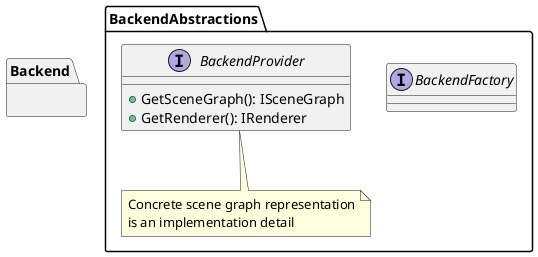
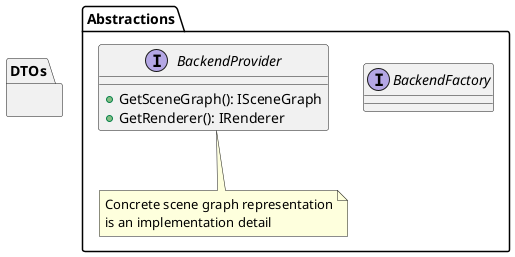
@startuml "Strahls Klassensdiagramm"
- package Backend {
+ package DTOs {

}

- package BackendAbstractions {
+ package Abstractions {
    interface BackendFactory {

    }
    interface BackendProvider {
        + GetSceneGraph(): ISceneGraph
        + GetRenderer(): IRenderer
    }
    note "Concrete scene graph representation\nis an implementation detail" as n1
    BackendProvider .. n1

}

@enduml